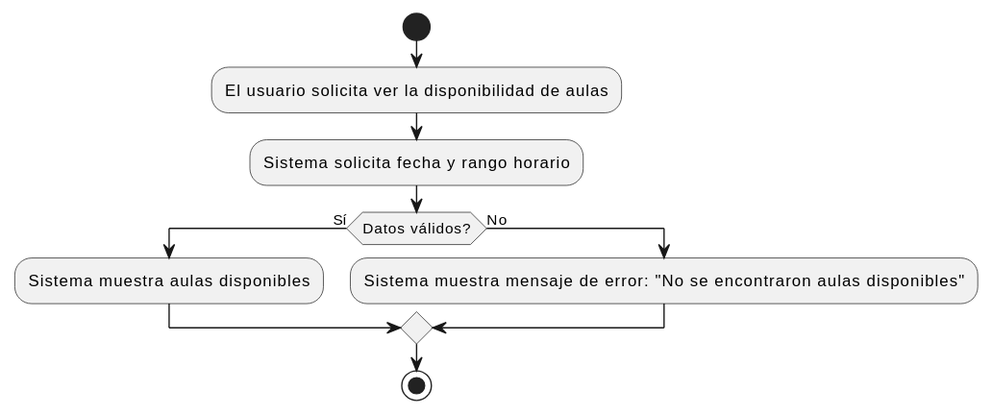
Before: casosDeUso/imagenes/VerDisponibilidadAulas.svg, a diagram exported from PlantUML (mmasias/24-25-IdSw1-SDR). Source of this version:
```plantuml
@startuml
start
:El usuario solicita ver la disponibilidad de aulas;
:Sistema solicita fecha y rango horario;
if (Datos válidos?) then (Sí)
  :Sistema muestra aulas disponibles;
else (No)
  :Sistema muestra mensaje de error: "No se encontraron aulas disponibles";
endif
stop
@enduml
```
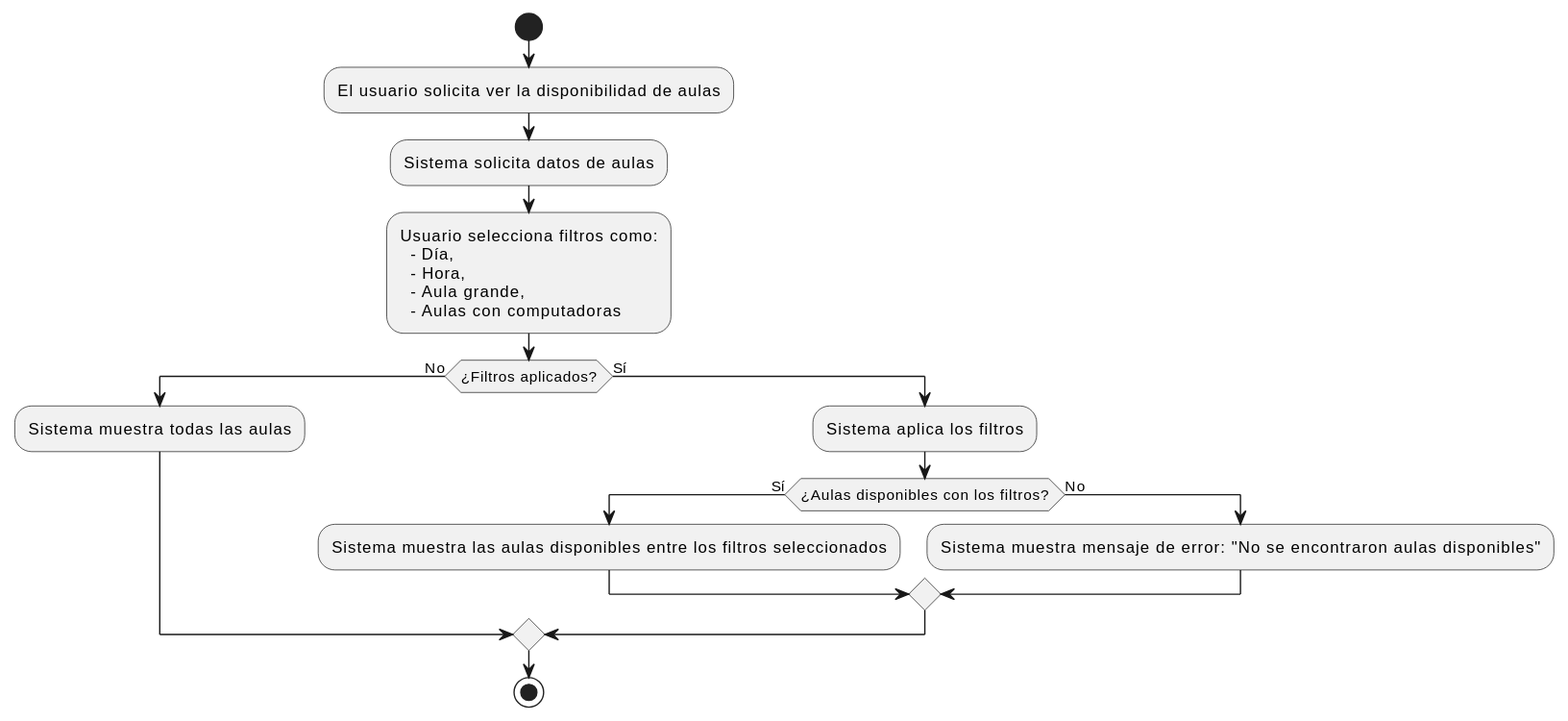
After the commit.

The edit, as a diff of the source:
```diff
@@ -1,11 +1,22 @@
 @startuml
 start
 :El usuario solicita ver la disponibilidad de aulas;
-:Sistema solicita fecha y rango horario;
-if (Datos válidos?) then (Sí)
-  :Sistema muestra aulas disponibles;
-else (No)
-  :Sistema muestra mensaje de error: "No se encontraron aulas disponibles";
+:Sistema solicita datos de aulas;
+  :Usuario selecciona filtros como:
+    - Día,
+    - Hora,
+    - Aula grande,
+    - Aulas con computadoras;
+if (¿Filtros aplicados?) then (No)
+  :Sistema muestra todas las aulas;
+else (Sí)
+
+  :Sistema aplica los filtros;
+  if (¿Aulas disponibles con los filtros?) then (Sí)
+    :Sistema muestra las aulas disponibles entre los filtros seleccionados;
+  else (No)
+    :Sistema muestra mensaje de error: "No se encontraron aulas disponibles";
+  endif
 endif
 stop
 @enduml
```
